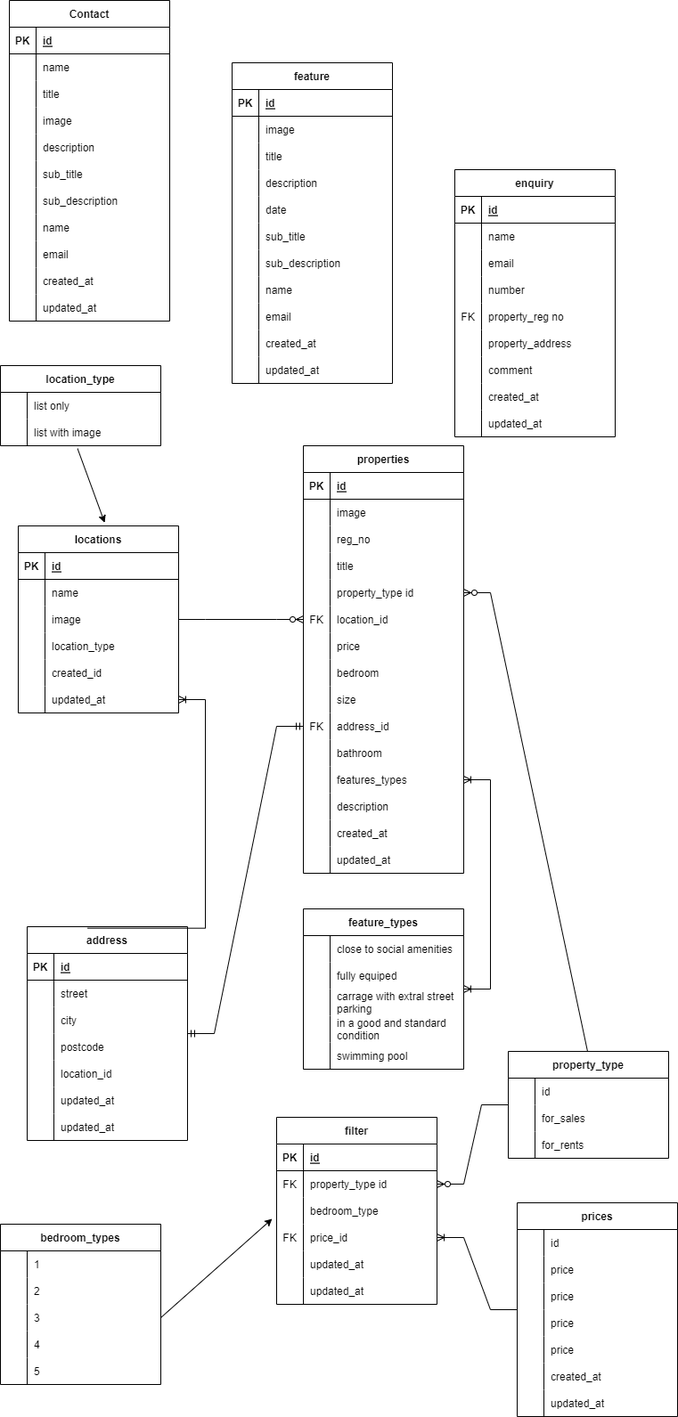
cullkid/text-animation keeps this draw.io diagram as Estate database diagram.drawio.png. Above is the earlier version. Source tidied: cells renumbered, new cells last; positions are measured from the earlier drawing's top-left corner, leaving out a move shared by most shapes.
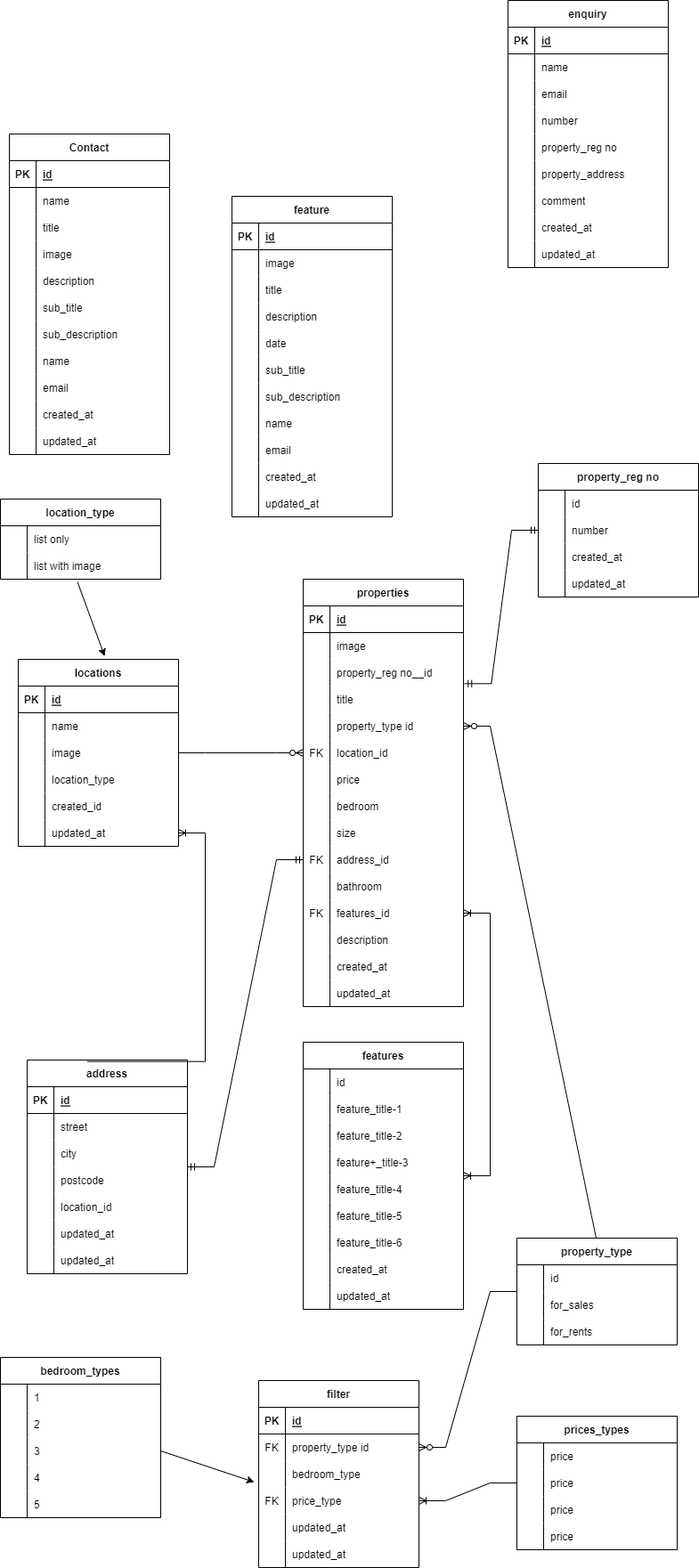
After the change.

The edit, as a diff of the source:
```diff
@@ -31,3 +31,3 @@
     </mxCell>
-    <mxCell id="11" value="reg_no" style="shape=partialRectangle;fillColor=none;top=0;left=0;bottom=0;right=0;align=left;spacingLeft=6;overflow=hidden;" parent="9" vertex="1">
+    <mxCell id="11" value="property_reg no__id" style="shape=partialRectangle;fillColor=none;top=0;left=0;bottom=0;right=0;align=left;spacingLeft=6;overflow=hidden;" parent="9" vertex="1">
       <mxGeometry x="30" width="150" height="30" as="geometry" />
@@ -109,6 +109,6 @@
     </mxCell>
-    <mxCell id="37" style="shape=partialRectangle;fillColor=none;top=0;left=0;bottom=0;right=0;overflow=hidden;" parent="36" vertex="1">
+    <mxCell id="37" value="FK" style="shape=partialRectangle;fillColor=none;top=0;left=0;bottom=0;right=0;overflow=hidden;" parent="36" vertex="1">
       <mxGeometry width="30" height="30" as="geometry" />
     </mxCell>
-    <mxCell id="38" value="features_types" style="shape=partialRectangle;fillColor=none;top=0;left=0;bottom=0;right=0;align=left;spacingLeft=6;overflow=hidden;" parent="36" vertex="1">
+    <mxCell id="38" value="features_id" style="shape=partialRectangle;fillColor=none;top=0;left=0;bottom=0;right=0;align=left;spacingLeft=6;overflow=hidden;" parent="36" vertex="1">
       <mxGeometry x="30" width="150" height="30" as="geometry" />
@@ -298,7 +298,16 @@
     </mxCell>
-    <mxCell id="100" value="feature_types" style="shape=table;startSize=30;rowLines=0;fontStyle=1;align=center;" parent="1" vertex="1">
-      <mxGeometry x="340" y="1020" width="180" height="180" as="geometry" />
+    <mxCell id="100" value="features" style="shape=table;startSize=30;rowLines=0;fontStyle=1;align=center;" parent="1" vertex="1">
+      <mxGeometry x="340" y="1020" width="180" height="300" as="geometry" />
     </mxCell>
+    <mxCell id="284" style="shape=tableRow;horizontal=0;startSize=0;swimlaneHead=0;swimlaneBody=0;fillColor=none;top=0;left=0;right=0;bottom=0;" parent="100" vertex="1">
+      <mxGeometry y="30" width="180" height="30" as="geometry" />
+    </mxCell>
+    <mxCell id="285" style="shape=partialRectangle;fillColor=none;top=0;left=0;bottom=0;right=0;overflow=hidden;" parent="284" vertex="1">
+      <mxGeometry width="30" height="30" as="geometry" />
+    </mxCell>
+    <mxCell id="286" value="id" style="shape=partialRectangle;fillColor=none;top=0;left=0;bottom=0;right=0;align=left;spacingLeft=6;overflow=hidden;" parent="284" vertex="1">
+      <mxGeometry x="30" width="150" height="30" as="geometry" />
+    </mxCell>
     <mxCell id="101" style="shape=tableRow;horizontal=0;startSize=0;swimlaneHead=0;swimlaneBody=0;fillColor=none;top=0;left=0;right=0;bottom=0;" parent="100" vertex="1">
-      <mxGeometry y="30" width="180" height="30" as="geometry" />
+      <mxGeometry y="60" width="180" height="30" as="geometry" />
     </mxCell>
@@ -307,3 +316,3 @@
     </mxCell>
-    <mxCell id="103" value="close to social amenities" style="shape=partialRectangle;fillColor=none;top=0;left=0;bottom=0;right=0;align=left;spacingLeft=6;overflow=hidden;" parent="101" vertex="1">
+    <mxCell id="103" value="feature_title-1" style="shape=partialRectangle;fillColor=none;top=0;left=0;bottom=0;right=0;align=left;spacingLeft=6;overflow=hidden;" parent="101" vertex="1">
       <mxGeometry x="30" width="150" height="30" as="geometry" />
@@ -311,3 +320,3 @@
     <mxCell id="104" style="shape=tableRow;horizontal=0;startSize=0;swimlaneHead=0;swimlaneBody=0;fillColor=none;top=0;left=0;right=0;bottom=0;" parent="100" vertex="1">
-      <mxGeometry y="60" width="180" height="30" as="geometry" />
+      <mxGeometry y="90" width="180" height="30" as="geometry" />
     </mxCell>
@@ -316,3 +325,3 @@
     </mxCell>
-    <mxCell id="106" value="fully equiped" style="shape=partialRectangle;fillColor=none;top=0;left=0;bottom=0;right=0;align=left;spacingLeft=6;overflow=hidden;" parent="104" vertex="1">
+    <mxCell id="106" value="feature_title-2" style="shape=partialRectangle;fillColor=none;top=0;left=0;bottom=0;right=0;align=left;spacingLeft=6;overflow=hidden;" parent="104" vertex="1">
       <mxGeometry x="30" width="150" height="30" as="geometry" />
@@ -320,3 +329,3 @@
     <mxCell id="107" style="shape=tableRow;horizontal=0;startSize=0;swimlaneHead=0;swimlaneBody=0;fillColor=none;top=0;left=0;right=0;bottom=0;" parent="100" vertex="1">
-      <mxGeometry y="90" width="180" height="30" as="geometry" />
+      <mxGeometry y="120" width="180" height="30" as="geometry" />
     </mxCell>
@@ -325,3 +334,3 @@
     </mxCell>
-    <mxCell id="109" value="carrage with extral street &#10;parking" style="shape=partialRectangle;fillColor=none;top=0;left=0;bottom=0;right=0;align=left;spacingLeft=6;overflow=hidden;" parent="107" vertex="1">
+    <mxCell id="109" value="feature+_title-3" style="shape=partialRectangle;fillColor=none;top=0;left=0;bottom=0;right=0;align=left;spacingLeft=6;overflow=hidden;" parent="107" vertex="1">
       <mxGeometry x="30" width="150" height="30" as="geometry" />
@@ -329,3 +338,3 @@
     <mxCell id="110" style="shape=tableRow;horizontal=0;startSize=0;swimlaneHead=0;swimlaneBody=0;fillColor=none;top=0;left=0;right=0;bottom=0;" parent="100" vertex="1">
-      <mxGeometry y="120" width="180" height="30" as="geometry" />
+      <mxGeometry y="150" width="180" height="30" as="geometry" />
     </mxCell>
@@ -334,7 +343,34 @@
     </mxCell>
-    <mxCell id="112" value="in a good and standard &#10;condition" style="shape=partialRectangle;fillColor=none;top=0;left=0;bottom=0;right=0;align=left;spacingLeft=6;overflow=hidden;" parent="110" vertex="1">
+    <mxCell id="112" value="feature_title-4" style="shape=partialRectangle;fillColor=none;top=0;left=0;bottom=0;right=0;align=left;spacingLeft=6;overflow=hidden;" parent="110" vertex="1">
       <mxGeometry x="30" width="150" height="30" as="geometry" />
     </mxCell>
+    <mxCell id="243" style="shape=tableRow;horizontal=0;startSize=0;swimlaneHead=0;swimlaneBody=0;fillColor=none;top=0;left=0;right=0;bottom=0;" parent="100" vertex="1">
+      <mxGeometry y="180" width="180" height="30" as="geometry" />
+    </mxCell>
+    <mxCell id="287" style="shape=partialRectangle;fillColor=none;top=0;left=0;bottom=0;right=0;overflow=hidden;" parent="243" vertex="1">
+      <mxGeometry width="30" height="30" as="geometry" />
+    </mxCell>
+    <mxCell id="288" value="feature_title-5" style="shape=partialRectangle;fillColor=none;top=0;left=0;bottom=0;right=0;align=left;spacingLeft=6;overflow=hidden;" parent="243" vertex="1">
+      <mxGeometry x="30" width="150" height="30" as="geometry" />
+    </mxCell>
+    <mxCell id="246" style="shape=tableRow;horizontal=0;startSize=0;swimlaneHead=0;swimlaneBody=0;fillColor=none;top=0;left=0;right=0;bottom=0;" parent="100" vertex="1">
+      <mxGeometry y="210" width="180" height="30" as="geometry" />
+    </mxCell>
+    <mxCell id="289" style="shape=partialRectangle;fillColor=none;top=0;left=0;bottom=0;right=0;overflow=hidden;" parent="246" vertex="1">
+      <mxGeometry width="30" height="30" as="geometry" />
+    </mxCell>
+    <mxCell id="290" value="feature_title-6" style="shape=partialRectangle;fillColor=none;top=0;left=0;bottom=0;right=0;align=left;spacingLeft=6;overflow=hidden;" parent="246" vertex="1">
+      <mxGeometry x="30" width="150" height="30" as="geometry" />
+    </mxCell>
+    <mxCell id="291" style="shape=tableRow;horizontal=0;startSize=0;swimlaneHead=0;swimlaneBody=0;fillColor=none;top=0;left=0;right=0;bottom=0;" parent="100" vertex="1">
+      <mxGeometry y="240" width="180" height="30" as="geometry" />
+    </mxCell>
+    <mxCell id="292" style="shape=partialRectangle;fillColor=none;top=0;left=0;bottom=0;right=0;overflow=hidden;" parent="291" vertex="1">
+      <mxGeometry width="30" height="30" as="geometry" />
+    </mxCell>
+    <mxCell id="293" value="created_at" style="shape=partialRectangle;fillColor=none;top=0;left=0;bottom=0;right=0;align=left;spacingLeft=6;overflow=hidden;" parent="291" vertex="1">
+      <mxGeometry x="30" width="150" height="30" as="geometry" />
+    </mxCell>
     <mxCell id="113" style="shape=tableRow;horizontal=0;startSize=0;swimlaneHead=0;swimlaneBody=0;fillColor=none;top=0;left=0;right=0;bottom=0;" parent="100" vertex="1">
-      <mxGeometry y="150" width="180" height="30" as="geometry" />
+      <mxGeometry y="270" width="180" height="30" as="geometry" />
     </mxCell>
@@ -343,3 +379,3 @@
     </mxCell>
-    <mxCell id="115" value="swimming pool" style="shape=partialRectangle;fillColor=none;top=0;left=0;bottom=0;right=0;align=left;spacingLeft=6;overflow=hidden;" parent="113" vertex="1">
+    <mxCell id="115" value="updated_at" style="shape=partialRectangle;fillColor=none;top=0;left=0;bottom=0;right=0;align=left;spacingLeft=6;overflow=hidden;" parent="113" vertex="1">
       <mxGeometry x="30" width="150" height="30" as="geometry" />
@@ -350,3 +386,3 @@
     <mxCell id="117" value="enquiry" style="shape=table;startSize=30;rowLines=0;fontStyle=1;align=center;" parent="1" vertex="1">
-      <mxGeometry x="510" y="190" width="180" height="300" as="geometry" />
+      <mxGeometry x="570" y="-150" width="180" height="300" as="geometry" />
     </mxCell>
@@ -391,3 +427,3 @@
     </mxCell>
-    <mxCell id="131" value="FK" style="shape=partialRectangle;fillColor=none;top=0;left=0;bottom=0;right=0;overflow=hidden;" parent="130" vertex="1">
+    <mxCell id="131" style="shape=partialRectangle;fillColor=none;top=0;left=0;bottom=0;right=0;overflow=hidden;" parent="130" vertex="1">
       <mxGeometry width="30" height="30" as="geometry" />
@@ -536,3 +572,3 @@
     <mxCell id="179" value="filter" style="shape=table;startSize=30;rowLines=0;fontStyle=1;align=center;" parent="1" vertex="1">
-      <mxGeometry x="310" y="1254" width="180" height="210" as="geometry" />
+      <mxGeometry x="290" y="1400" width="180" height="210" as="geometry" />
     </mxCell>
@@ -571,3 +607,3 @@
     </mxCell>
-    <mxCell id="191" value="price_id" style="shape=partialRectangle;fillColor=none;top=0;left=0;bottom=0;right=0;align=left;spacingLeft=6;overflow=hidden;" parent="189" vertex="1">
+    <mxCell id="191" value="price_type" style="shape=partialRectangle;fillColor=none;top=0;left=0;bottom=0;right=0;align=left;spacingLeft=6;overflow=hidden;" parent="189" vertex="1">
       <mxGeometry x="30" width="150" height="30" as="geometry" />
@@ -593,3 +629,3 @@
     <mxCell id="198" value="property_type" style="shape=table;startSize=30;rowLines=0;fontStyle=1;align=center;" parent="1" vertex="1">
-      <mxGeometry x="570" y="1180" width="180" height="120" as="geometry" />
+      <mxGeometry x="580" y="1240" width="180" height="120" as="geometry" />
     </mxCell>
@@ -679,16 +715,7 @@
     </mxCell>
-    <mxCell id="227" value="prices" style="shape=table;startSize=30;rowLines=0;fontStyle=1;align=center;" parent="1" vertex="1">
-      <mxGeometry x="580" y="1350" width="180" height="240" as="geometry" />
+    <mxCell id="227" value="prices_types" style="shape=table;startSize=30;rowLines=0;fontStyle=1;align=center;" parent="1" vertex="1">
+      <mxGeometry x="580" y="1440" width="180" height="150" as="geometry" />
     </mxCell>
-    <mxCell id="228" style="shape=tableRow;horizontal=0;startSize=0;swimlaneHead=0;swimlaneBody=0;fillColor=none;top=0;left=0;right=0;bottom=0;" parent="227" vertex="1">
-      <mxGeometry y="30" width="180" height="30" as="geometry" />
-    </mxCell>
-    <mxCell id="229" style="shape=partialRectangle;fillColor=none;top=0;left=0;bottom=0;right=0;overflow=hidden;" parent="228" vertex="1">
-      <mxGeometry width="30" height="30" as="geometry" />
-    </mxCell>
-    <mxCell id="230" value="id" style="shape=partialRectangle;fillColor=none;top=0;left=0;bottom=0;right=0;align=left;spacingLeft=6;overflow=hidden;" parent="228" vertex="1">
-      <mxGeometry x="30" width="150" height="30" as="geometry" />
-    </mxCell>
     <mxCell id="231" style="shape=tableRow;horizontal=0;startSize=0;swimlaneHead=0;swimlaneBody=0;fillColor=none;top=0;left=0;right=0;bottom=0;" parent="227" vertex="1">
-      <mxGeometry y="60" width="180" height="30" as="geometry" />
+      <mxGeometry y="30" width="180" height="30" as="geometry" />
     </mxCell>
@@ -701,3 +728,3 @@
     <mxCell id="234" style="shape=tableRow;horizontal=0;startSize=0;swimlaneHead=0;swimlaneBody=0;fillColor=none;top=0;left=0;right=0;bottom=0;" parent="227" vertex="1">
-      <mxGeometry y="90" width="180" height="30" as="geometry" />
+      <mxGeometry y="60" width="180" height="30" as="geometry" />
     </mxCell>
@@ -710,3 +737,3 @@
     <mxCell id="237" style="shape=tableRow;horizontal=0;startSize=0;swimlaneHead=0;swimlaneBody=0;fillColor=none;top=0;left=0;right=0;bottom=0;" parent="227" vertex="1">
-      <mxGeometry y="120" width="180" height="30" as="geometry" />
+      <mxGeometry y="90" width="180" height="30" as="geometry" />
     </mxCell>
@@ -719,3 +746,3 @@
     <mxCell id="240" style="shape=tableRow;horizontal=0;startSize=0;swimlaneHead=0;swimlaneBody=0;fillColor=none;top=0;left=0;right=0;bottom=0;" parent="227" vertex="1">
-      <mxGeometry y="150" width="180" height="30" as="geometry" />
+      <mxGeometry y="120" width="180" height="30" as="geometry" />
     </mxCell>
@@ -727,20 +754,2 @@
     </mxCell>
-    <mxCell id="243" style="shape=tableRow;horizontal=0;startSize=0;swimlaneHead=0;swimlaneBody=0;fillColor=none;top=0;left=0;right=0;bottom=0;" parent="227" vertex="1">
-      <mxGeometry y="180" width="180" height="30" as="geometry" />
-    </mxCell>
-    <mxCell id="244" style="shape=partialRectangle;fillColor=none;top=0;left=0;bottom=0;right=0;overflow=hidden;" parent="243" vertex="1">
-      <mxGeometry width="30" height="30" as="geometry" />
-    </mxCell>
-    <mxCell id="245" value="created_at" style="shape=partialRectangle;fillColor=none;top=0;left=0;bottom=0;right=0;align=left;spacingLeft=6;overflow=hidden;" parent="243" vertex="1">
-      <mxGeometry x="30" width="150" height="30" as="geometry" />
-    </mxCell>
-    <mxCell id="246" style="shape=tableRow;horizontal=0;startSize=0;swimlaneHead=0;swimlaneBody=0;fillColor=none;top=0;left=0;right=0;bottom=0;" parent="227" vertex="1">
-      <mxGeometry y="210" width="180" height="30" as="geometry" />
-    </mxCell>
-    <mxCell id="247" style="shape=partialRectangle;fillColor=none;top=0;left=0;bottom=0;right=0;overflow=hidden;" parent="246" vertex="1">
-      <mxGeometry width="30" height="30" as="geometry" />
-    </mxCell>
-    <mxCell id="248" value="updated_at" style="shape=partialRectangle;fillColor=none;top=0;left=0;bottom=0;right=0;align=left;spacingLeft=6;overflow=hidden;" parent="246" vertex="1">
-      <mxGeometry x="30" width="150" height="30" as="geometry" />
-    </mxCell>
     <mxCell id="249" style="edgeStyle=entityRelationEdgeStyle;fontSize=12;html=1;endArrow=ERoneToMany;rounded=0;" parent="1" edge="1" source="227" target="189">
@@ -850,2 +859,44 @@
     </mxCell>
+    <mxCell id="294" value="property_reg no" style="shape=table;startSize=30;rowLines=0;fontStyle=1;align=center;" parent="1" vertex="1">
+      <mxGeometry x="604" y="370" width="180" height="150" as="geometry" />
+    </mxCell>
+    <mxCell id="295" style="shape=tableRow;horizontal=0;startSize=0;swimlaneHead=0;swimlaneBody=0;fillColor=none;top=0;left=0;right=0;bottom=0;" parent="294" vertex="1">
+      <mxGeometry y="30" width="180" height="30" as="geometry" />
+    </mxCell>
+    <mxCell id="296" style="shape=partialRectangle;fillColor=none;top=0;left=0;bottom=0;right=0;overflow=hidden;" parent="295" vertex="1">
+      <mxGeometry width="30" height="30" as="geometry" />
+    </mxCell>
+    <mxCell id="297" value="id" style="shape=partialRectangle;fillColor=none;top=0;left=0;bottom=0;right=0;align=left;spacingLeft=6;overflow=hidden;" parent="295" vertex="1">
+      <mxGeometry x="30" width="150" height="30" as="geometry" />
+    </mxCell>
+    <mxCell id="298" style="shape=tableRow;horizontal=0;startSize=0;swimlaneHead=0;swimlaneBody=0;fillColor=none;top=0;left=0;right=0;bottom=0;" parent="294" vertex="1">
+      <mxGeometry y="60" width="180" height="30" as="geometry" />
+    </mxCell>
+    <mxCell id="299" style="shape=partialRectangle;fillColor=none;top=0;left=0;bottom=0;right=0;overflow=hidden;" parent="298" vertex="1">
+      <mxGeometry width="30" height="30" as="geometry" />
+    </mxCell>
+    <mxCell id="300" value="number" style="shape=partialRectangle;fillColor=none;top=0;left=0;bottom=0;right=0;align=left;spacingLeft=6;overflow=hidden;" parent="298" vertex="1">
+      <mxGeometry x="30" width="150" height="30" as="geometry" />
+    </mxCell>
+    <mxCell id="301" style="shape=tableRow;horizontal=0;startSize=0;swimlaneHead=0;swimlaneBody=0;fillColor=none;top=0;left=0;right=0;bottom=0;" parent="294" vertex="1">
+      <mxGeometry y="90" width="180" height="30" as="geometry" />
+    </mxCell>
+    <mxCell id="302" style="shape=partialRectangle;fillColor=none;top=0;left=0;bottom=0;right=0;overflow=hidden;" parent="301" vertex="1">
+      <mxGeometry width="30" height="30" as="geometry" />
+    </mxCell>
+    <mxCell id="303" value="created_at" style="shape=partialRectangle;fillColor=none;top=0;left=0;bottom=0;right=0;align=left;spacingLeft=6;overflow=hidden;" parent="301" vertex="1">
+      <mxGeometry x="30" width="150" height="30" as="geometry" />
+    </mxCell>
+    <mxCell id="304" style="shape=tableRow;horizontal=0;startSize=0;swimlaneHead=0;swimlaneBody=0;fillColor=none;top=0;left=0;right=0;bottom=0;" parent="294" vertex="1">
+      <mxGeometry y="120" width="180" height="30" as="geometry" />
+    </mxCell>
+    <mxCell id="305" style="shape=partialRectangle;fillColor=none;top=0;left=0;bottom=0;right=0;overflow=hidden;" parent="304" vertex="1">
+      <mxGeometry width="30" height="30" as="geometry" />
+    </mxCell>
+    <mxCell id="248" value="updated_at" style="shape=partialRectangle;fillColor=none;top=0;left=0;bottom=0;right=0;align=left;spacingLeft=6;overflow=hidden;" parent="304" vertex="1">
+      <mxGeometry x="30" width="150" height="30" as="geometry" />
+    </mxCell>
+    <mxCell id="306" style="edgeStyle=entityRelationEdgeStyle;fontSize=12;html=1;endArrow=ERmandOne;startArrow=ERmandOne;rounded=0;exitX=1.007;exitY=0.91;exitDx=0;exitDy=0;exitPerimeter=0;" parent="1" edge="1" source="9" target="294">
+      <mxGeometry relative="1" as="geometry" />
+    </mxCell>
   </root>
```
